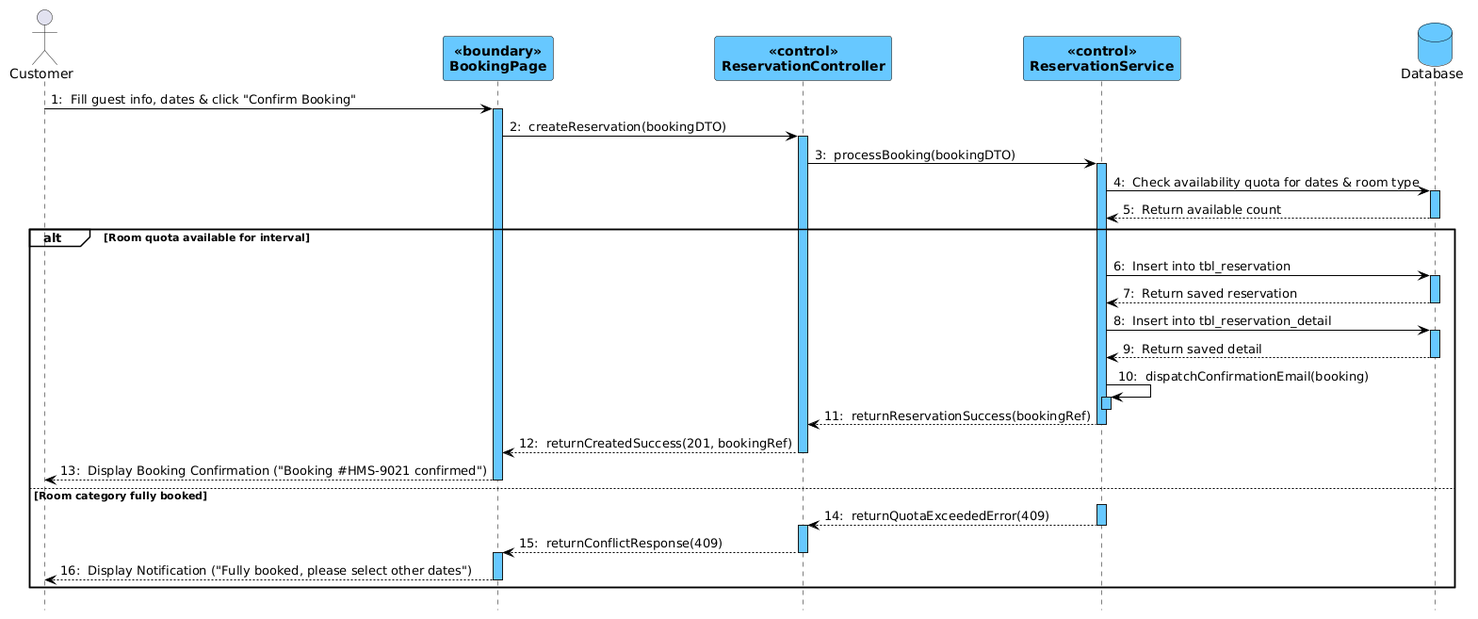
Earlier version of the PlantUML export docs/Class + Sequence/seq_44_booking.png (hieupeek/sba_doc).
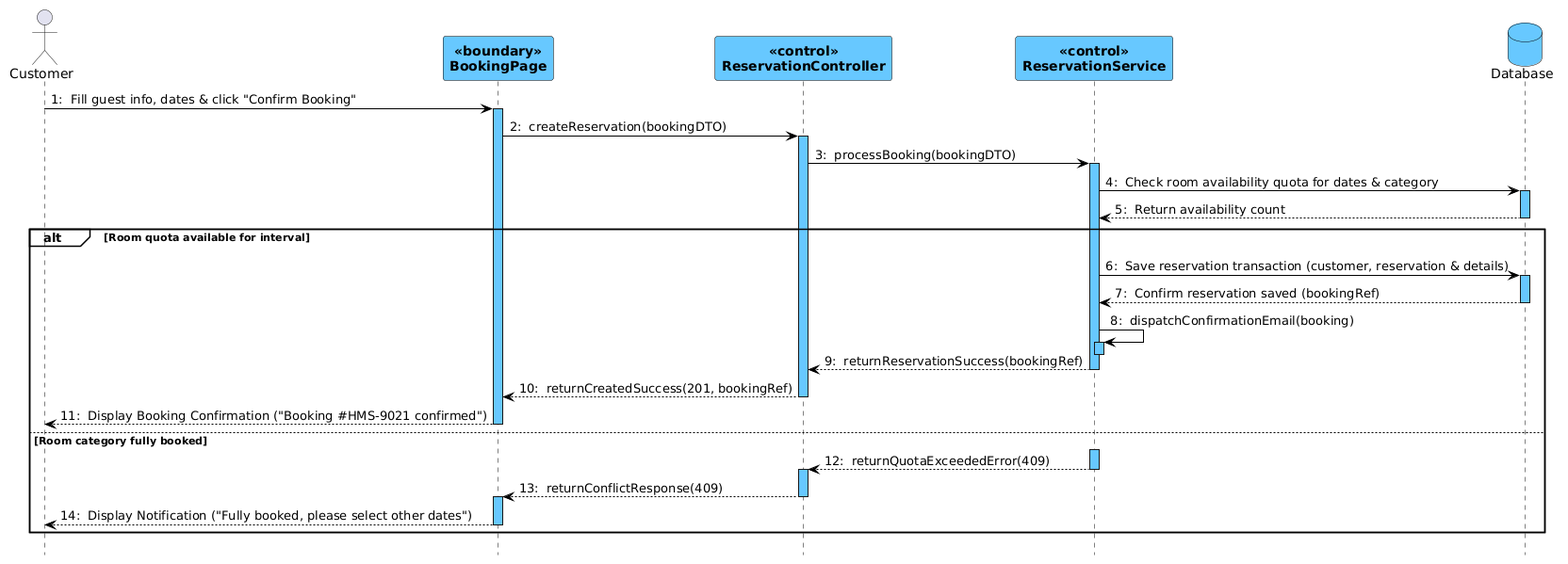
After the commit.

Commit message:
docs: streamline database interactions to transaction-level operations in sequence diagrams

Diff of the diagram source:
```diff
@@ -38,20 +38,15 @@
 ReservationController -> ReservationService : processBooking(bookingDTO)
 activate ReservationService
 
-ReservationService -> Database : Check availability quota for dates & room type
+ReservationService -> Database : Check room availability quota for dates & category
 activate Database
-Database --> ReservationService : Return available count
+Database --> ReservationService : Return availability count
 deactivate Database
 
 alt Room quota available for interval
-    ReservationService -> Database : Insert into tbl_reservation
+    ReservationService -> Database : Save reservation transaction (customer, reservation & details)
     activate Database
-    Database --> ReservationService : Return saved reservation
-    deactivate Database
-
-    ReservationService -> Database : Insert into tbl_reservation_detail
-    activate Database
-    Database --> ReservationService : Return saved detail
+    Database --> ReservationService : Confirm reservation saved (bookingRef)
     deactivate Database
 
     ReservationService -> ReservationService : dispatchConfirmationEmail(booking)
```
